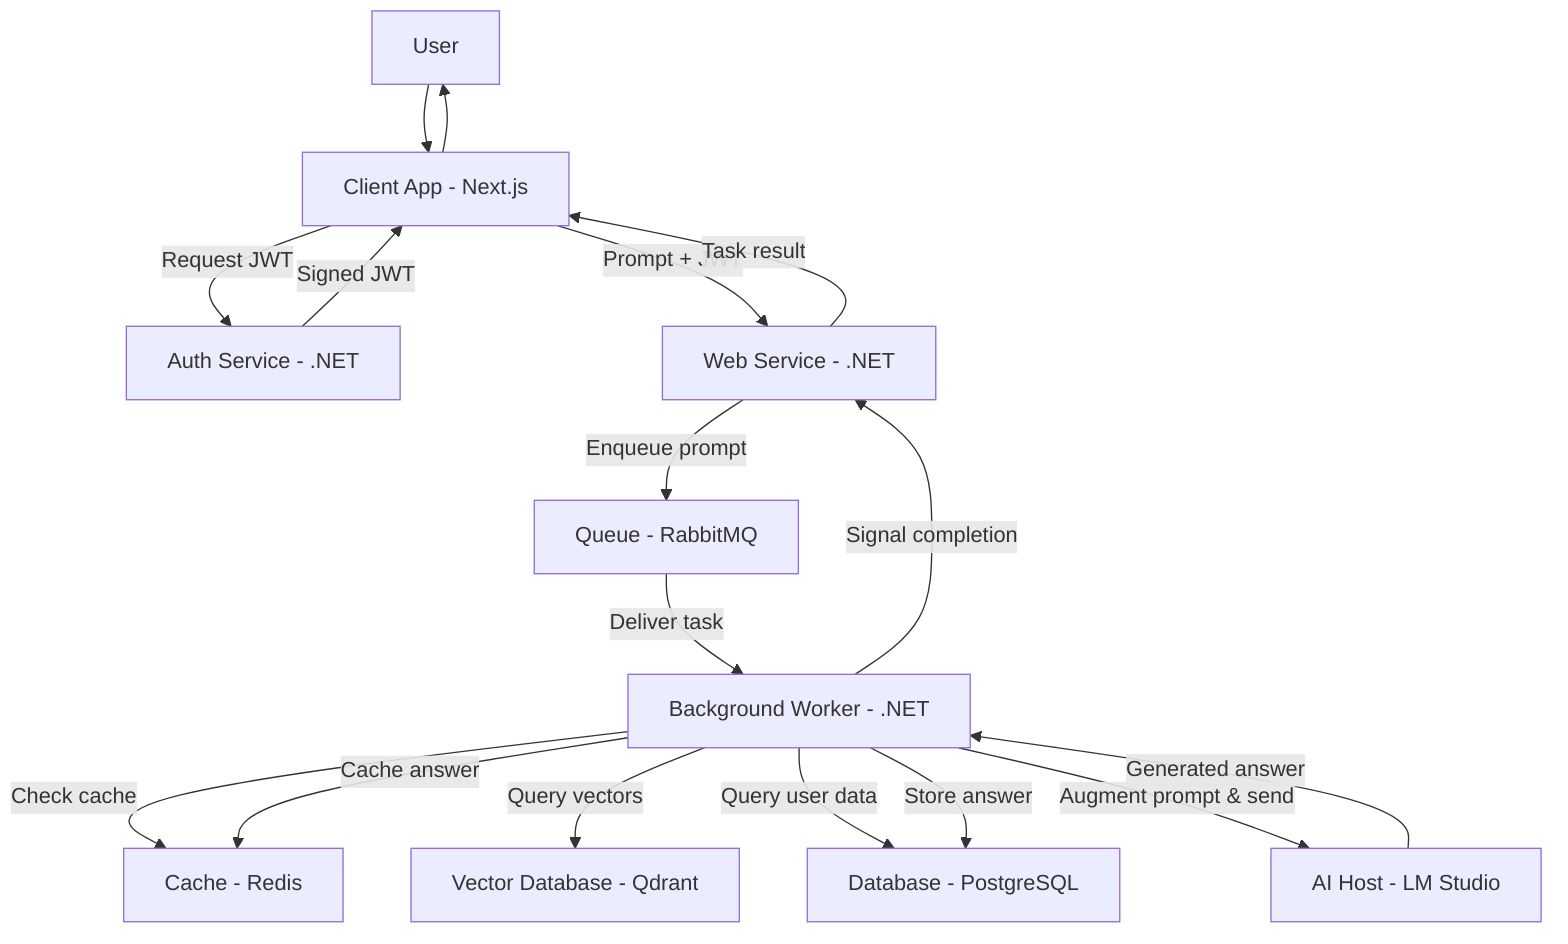
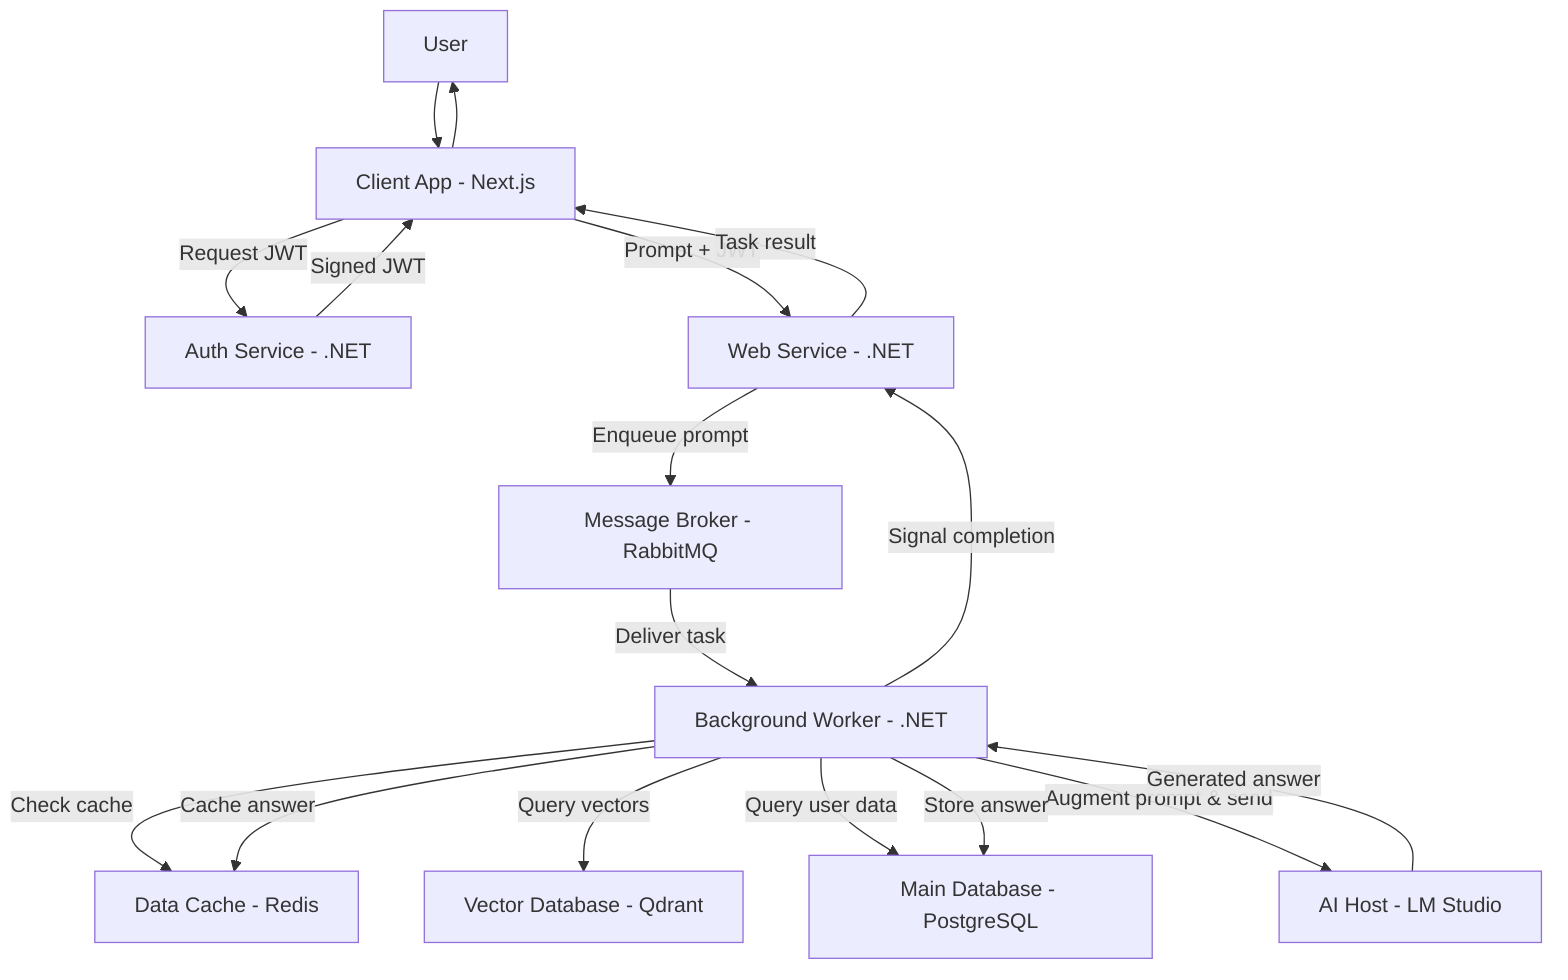
graph TD
    User-->Client[Client App - Next.js]
    Client-- Request JWT -->Auth[Auth Service - .NET]
    Auth-- Signed JWT -->Client
    Client-- Prompt + JWT -->Api[Web Service - .NET]
-     Api-- Enqueue prompt -->Broker[Queue - RabbitMQ]
+     Api-- Enqueue prompt -->Broker[Message Broker - RabbitMQ]
    Broker-- Deliver task -->Worker[Background Worker - .NET]
-     Worker-- Check cache -->Redis[Cache - Redis]
+     Worker-- Check cache -->Redis[Data Cache - Redis]
    Worker-- Query vectors -->Qdrant[Vector Database - Qdrant]
-     Worker-- Query user data -->Postgres[Database - PostgreSQL]
+     Worker-- Query user data -->Postgres[Main Database - PostgreSQL]
    Worker-- Augment prompt & send -->LM[AI Host - LM Studio]
    LM-- Generated answer -->Worker
    Worker-- Store answer -->Postgres
    Worker-- Cache answer -->Redis
    Worker-- Signal completion -->Api
    Api-- Task result -->Client
    Client-->User
